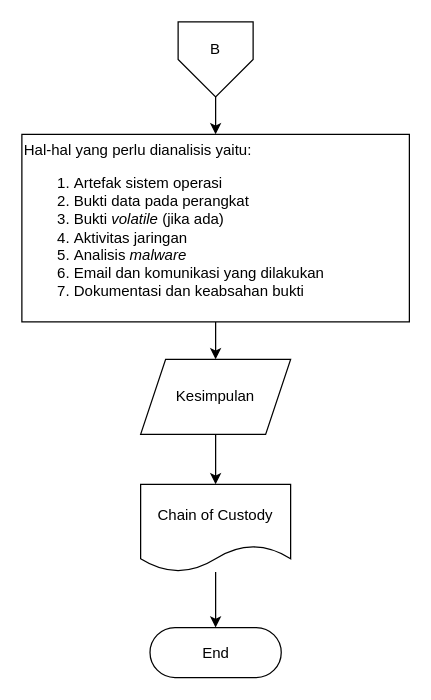
Earlier version of the draw.io diagram page "Analysis" (3 of 4) of investigasi forensik digital.drawio (tompilooo/DF-Flow). Source tidied: cells renumbered, new cells numbered last; positions are measured from the earlier drawing's top-left corner, leaving out a move shared by most shapes. Both pictures are drawn from the tidied source at 125%, with x=0, y=0 at pixel (21, 21).
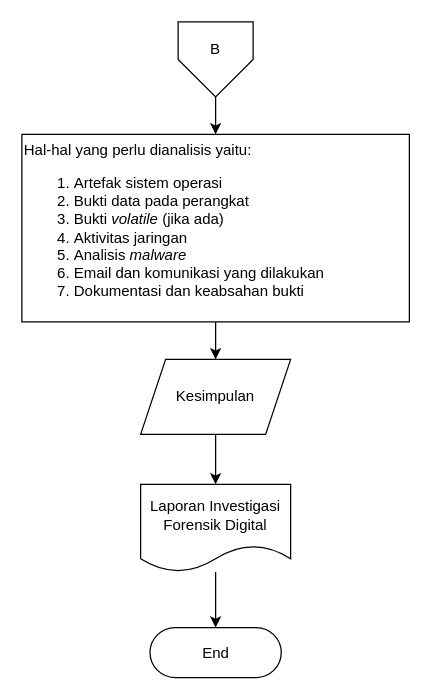
The same page after the edit.

Diff of the diagram source:
```diff
@@
 <mxGraphModel>
   <root>
     <mxCell id="0" />
     <mxCell id="1" parent="0" />
     <mxCell id="2" style="group;" parent="1" vertex="1">
       <mxGeometry x="125" width="60" height="60" as="geometry" />
     </mxCell>
     <mxCell id="3" style="verticalLabelPosition=bottom;verticalAlign=top;html=1;shape=offPageConnector;rounded=0;size=0.5;" parent="2" vertex="1">
       <mxGeometry width="60" height="60" as="geometry" />
     </mxCell>
     <mxCell id="4" value="B" style="text;html=1;align=center;verticalAlign=middle;whiteSpace=wrap;rounded=0;" parent="2" vertex="1">
       <mxGeometry y="7" width="60" height="30" as="geometry" />
     </mxCell>
     <mxCell id="5" style="edgeStyle=orthogonalEdgeStyle;rounded=0;jettySize=auto;html=1;" parent="1" edge="1" source="6" target="8">
       <mxGeometry relative="1" as="geometry" />
     </mxCell>
     <mxCell id="6" value="&lt;div&gt;Hal-hal yang perlu dianalisis yaitu:&lt;/div&gt;&lt;div&gt;&lt;ol&gt;&lt;li&gt;Artefak sistem operasi&lt;/li&gt;&lt;li&gt;Bukti data pada perangkat&lt;/li&gt;&lt;li&gt;Bukti &lt;i&gt;volatile&lt;/i&gt; (jika ada)&lt;/li&gt;&lt;li&gt;Aktivitas jaringan&lt;/li&gt;&lt;li&gt;Analisis &lt;i&gt;malware&lt;/i&gt;&lt;/li&gt;&lt;li&gt;Email dan komunikasi yang dilakukan&lt;/li&gt;&lt;li&gt;Dokumentasi dan keabsahan bukti&lt;/li&gt;&lt;/ol&gt;&lt;/div&gt;" style="rounded=0;whiteSpace=wrap;html=1;align=left;" parent="1" vertex="1">
       <mxGeometry y="90" width="310" height="150" as="geometry" />
     </mxCell>
     <mxCell id="7" style="edgeStyle=orthogonalEdgeStyle;rounded=0;jettySize=auto;html=1;entryX=0.5;entryY=0;entryDx=0;entryDy=0;" parent="1" edge="1" source="8" target="11">
       <mxGeometry relative="1" as="geometry" />
     </mxCell>
     <mxCell id="8" value="Kesimpulan" style="shape=parallelogram;perimeter=parallelogramPerimeter;whiteSpace=wrap;html=1;fixedSize=1;" parent="1" vertex="1">
       <mxGeometry x="95" y="270" width="120" height="60" as="geometry" />
     </mxCell>
     <mxCell id="9" style="edgeStyle=orthogonalEdgeStyle;rounded=0;jettySize=auto;html=1;entryX=0.5;entryY=0;entryDx=0;entryDy=0;" parent="1" edge="1" source="3" target="6">
       <mxGeometry relative="1" as="geometry" />
     </mxCell>
     <mxCell id="10" style="edgeStyle=orthogonalEdgeStyle;rounded=0;jettySize=auto;html=1;entryX=0.5;entryY=0;entryDx=0;entryDy=0;" parent="1" edge="1" source="11" target="12">
       <mxGeometry relative="1" as="geometry" />
     </mxCell>
-    <mxCell id="11" value="Chain of Custody" style="shape=document;whiteSpace=wrap;html=1;boundedLbl=1;rounded=1;arcSize=0;" parent="1" vertex="1">
+    <mxCell id="11" value="Laporan Investigasi Forensik Digital" style="shape=document;whiteSpace=wrap;html=1;boundedLbl=1;rounded=1;arcSize=0;" parent="1" vertex="1">
       <mxGeometry x="95" y="370" width="120" height="70" as="geometry" />
     </mxCell>
     <mxCell id="12" value="End" style="rounded=1;whiteSpace=wrap;html=1;arcSize=50;" parent="1" vertex="1">
       <mxGeometry x="102.5" y="484.5" width="105" height="40" as="geometry" />
     </mxCell>
   </root>
 </mxGraphModel>
```
